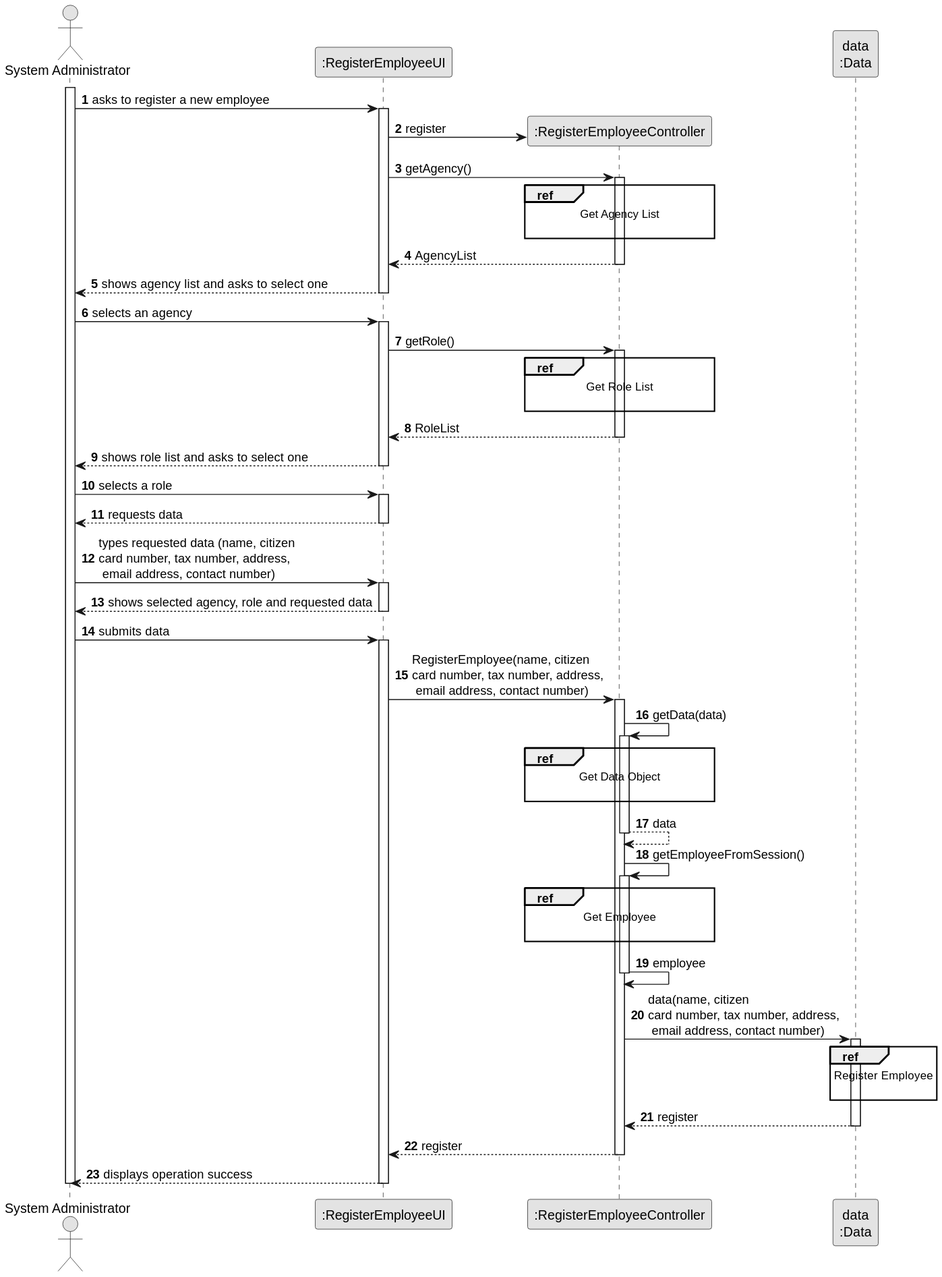
Above: docs/sprintB/us003/03.design/svg/us003-sequence-diagram-split.svg in rita-barbosa/LAPR2-2223 (PlantUML), before the change.
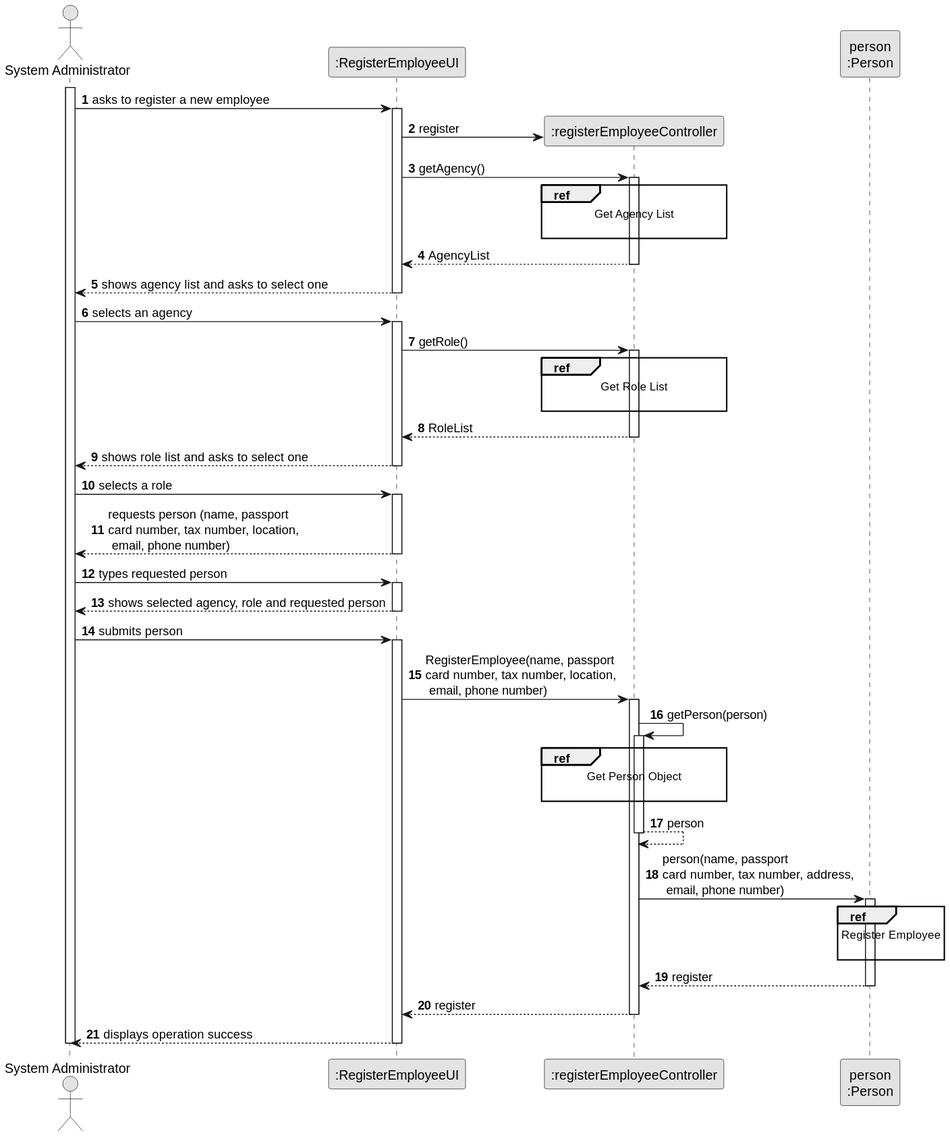
The same diagram one commit later.

Change to the diagram source:
```diff
@@ -7,8 +7,8 @@
 
 actor "System Administrator" as ADM
 participant ":RegisterEmployeeUI" as UI
-participant ":RegisterEmployeeController" as CTRL
-participant "data\n:Data" as DATA
+participant ":registerEmployeeController" as CTRL
+participant "person\n:Person" as PERSON
 
 activate ADM
 
@@ -51,52 +51,43 @@
         ADM -> UI : selects a role
         activate UI
 
-        UI --> ADM : requests data
+        UI --> ADM : requests person (name, passport \ncard number, tax number, location,\n email, phone number)
     deactivate UI
 
-    ADM -> UI : types requested data (name, citizen \ncard number, tax number, address,\n email address, contact number)
+    ADM -> UI : types requested person
         activate UI
 
-            UI --> ADM : shows selected agency, role and requested data
+            UI --> ADM : shows selected agency, role and requested person
         deactivate UI
 
-        ADM -> UI : submits data
+        ADM -> UI : submits person
         activate UI
 
-        UI -> CTRL : RegisterEmployee(name, citizen \ncard number, tax number, address,\n email address, contact number)
+        UI -> CTRL : RegisterEmployee(name, passport \ncard number, tax number, location,\n email, phone number)
         activate CTRL
 
-            CTRL -> CTRL : getData(data)
+            CTRL -> CTRL : getPerson(person)
             activate CTRL
 
                 ref over CTRL
-                    Get Data Object
+                    Get Person Object
 
                 end ref
 
-                CTRL --> CTRL : data
+                CTRL --> CTRL : person
             deactivate CTRL
 
-            CTRL -> CTRL : getEmployeeFromSession()
-            activate CTRL
 
-                ref over CTRL
-                    Get Employee
+            CTRL -> PERSON: person(name, passport \ncard number, tax number, address,\n email, phone number)
+            activate PERSON
 
-                end ref
-                CTRL -> CTRL : employee
-            deactivate CTRL
-
-            CTRL -> DATA: data(name, citizen \ncard number, tax number, address,\n email address, contact number)
-            activate DATA
-
-                ref over DATA
+                ref over PERSON
                     Register Employee
 
                 end
 
-                DATA --> CTRL : register
-            deactivate DATA
+                PERSON --> CTRL : register
+            deactivate PERSON
 
             CTRL --> UI: register
             deactivate CTRL
```
